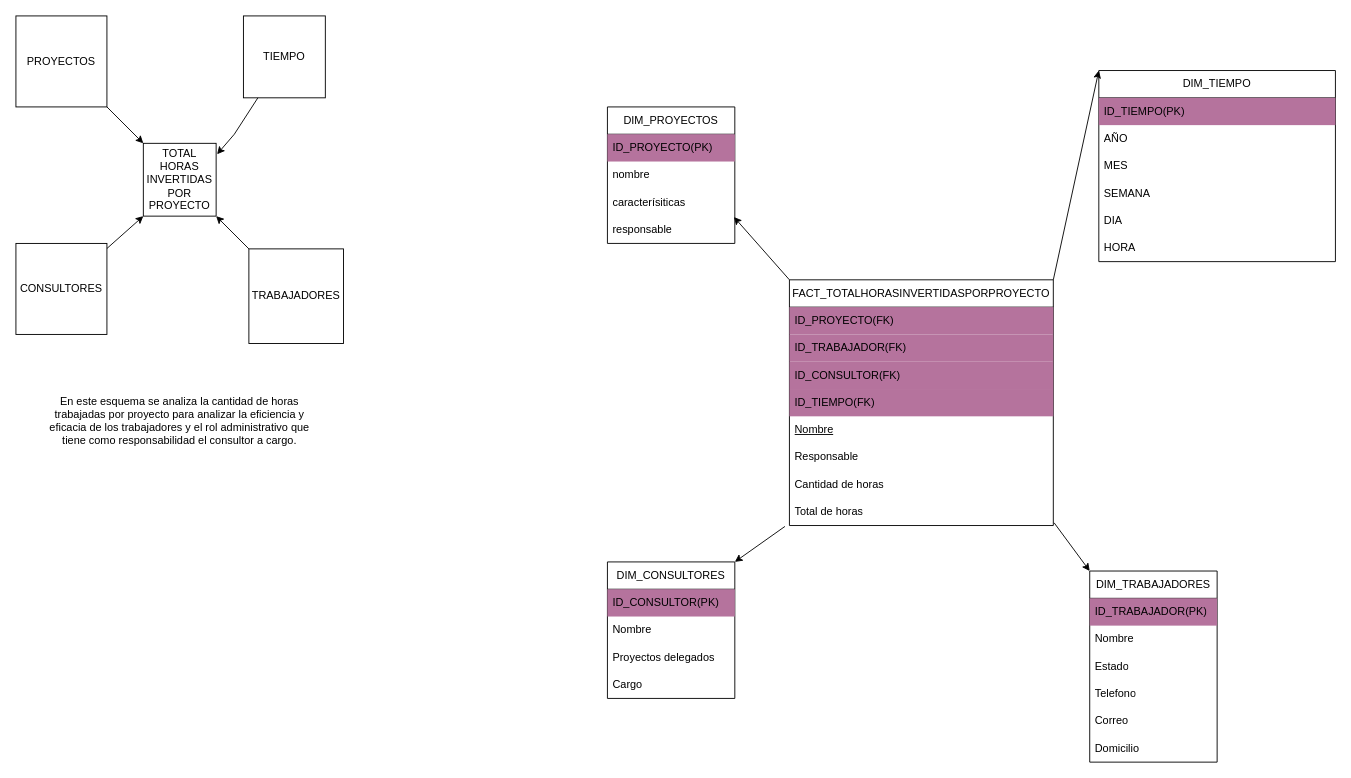
Above: page "Esquema 3" (3 of 3) of bd3_tarea2.drawio in itslourdes/lourdesvaca (draw.io), before the change. Source tidied: cells renumbered, new cells numbered last; positions are measured from the earlier drawing's top-left corner, leaving out a move shared by most shapes. Both pictures are drawn from the tidied source at 91%, with x=0, y=0 at pixel (15, 15).
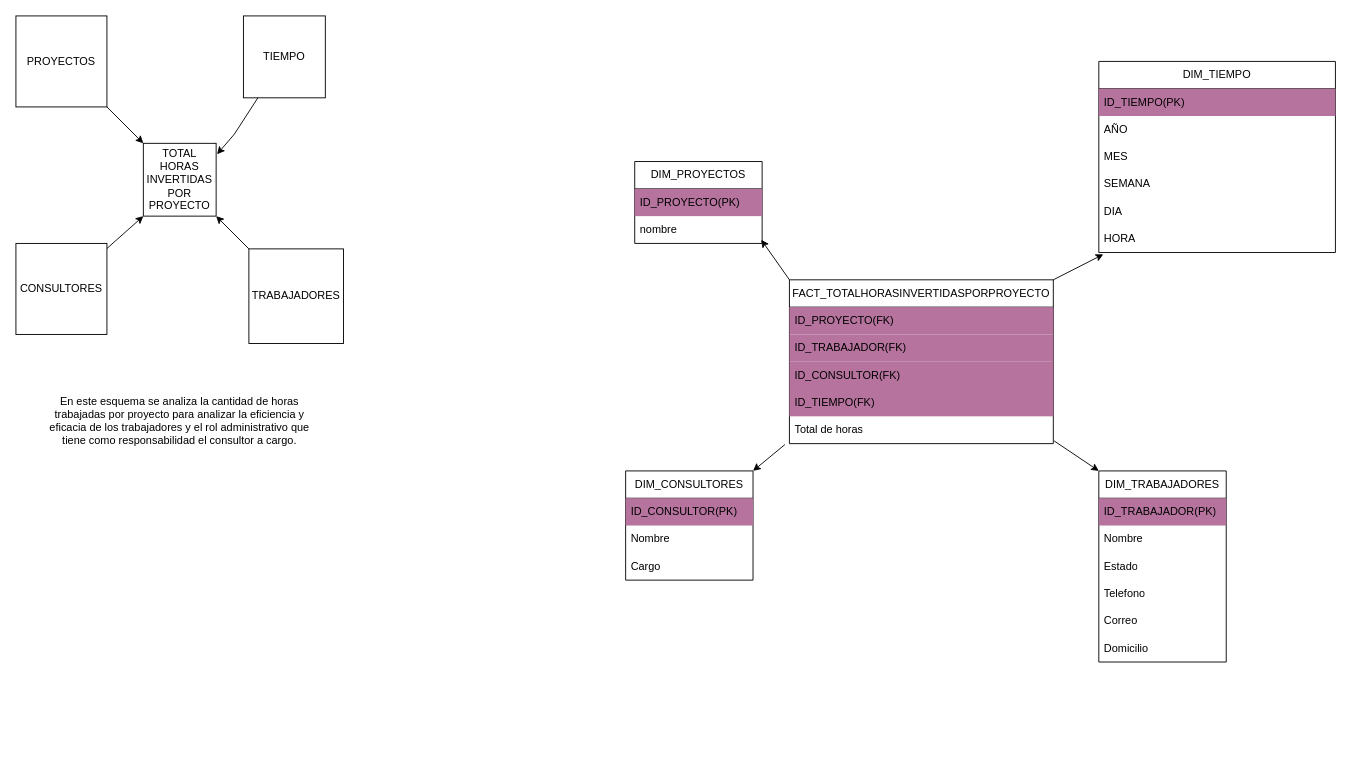
Above is the later version.

The change refers to these unchanged cells:
```xml
<mxCell id="27" value="HORA" style="text;strokeColor=none;fillColor=none;align=left;verticalAlign=middle;spacingLeft=4;spacingRight=4;overflow=hidden;points=[[0,0.5],[1,0.5]];portConstraint=eastwest;whiteSpace=wrap;html=1;" parent="21" vertex="1">
  <mxGeometry y="180" width="260" height="30" as="geometry" />
</mxCell>
<mxCell id="42" value="nombre" style="text;strokeColor=none;fillColor=none;align=left;verticalAlign=middle;spacingLeft=4;spacingRight=4;overflow=hidden;points=[[0,0.5],[1,0.5]];portConstraint=eastwest;whiteSpace=wrap;html=1;" parent="40" vertex="1">
  <mxGeometry y="60" width="140" height="30" as="geometry" />
</mxCell>
```

Diff of the diagram source:
```diff
@@
     <mxCell id="12" value="FACT_TOTALHORASINVERTIDASPORPROYECTO" style="swimlane;fontStyle=0;horizontal=1;startSize=30;whiteSpace=wrap;html=1;" parent="1" vertex="1">
-      <mxGeometry x="850" y="290" width="290" height="270" as="geometry" />
+      <mxGeometry x="850" y="290" width="290" height="180" as="geometry" />
     </mxCell>
@@
-    <mxCell id="17" value="&lt;u&gt;Nombre&lt;/u&gt;" style="text;strokeColor=none;fillColor=none;align=left;verticalAlign=middle;spacingLeft=4;spacingRight=4;overflow=hidden;whiteSpace=wrap;html=1;" parent="12" vertex="1">
-      <mxGeometry y="150" width="290" height="30" as="geometry" />
-    </mxCell>
-    <mxCell id="18" value="Responsable" style="text;strokeColor=none;fillColor=none;align=left;verticalAlign=middle;spacingLeft=4;spacingRight=4;overflow=hidden;whiteSpace=wrap;html=1;" parent="12" vertex="1">
-      <mxGeometry y="180" width="290" height="30" as="geometry" />
-    </mxCell>
-    <mxCell id="19" value="Cantidad de horas" style="text;strokeColor=none;fillColor=none;align=left;verticalAlign=middle;spacingLeft=4;spacingRight=4;overflow=hidden;whiteSpace=wrap;html=1;" parent="12" vertex="1">
-      <mxGeometry y="210" width="290" height="30" as="geometry" />
-    </mxCell>
     <mxCell id="20" value="Total de horas" style="text;strokeColor=none;fillColor=none;align=left;verticalAlign=middle;spacingLeft=4;spacingRight=4;overflow=hidden;points=[[0,0.5],[1,0.5]];portConstraint=eastwest;whiteSpace=wrap;html=1;" parent="12" vertex="1">
-      <mxGeometry y="240" width="290" height="30" as="geometry" />
+      <mxGeometry y="150" width="290" height="30" as="geometry" />
     </mxCell>
     <mxCell id="21" value="DIM_TIEMPO" style="swimlane;fontStyle=0;horizontal=1;startSize=30;whiteSpace=wrap;html=1;" parent="1" vertex="1">
-      <mxGeometry x="1190" y="60" width="260" height="210" as="geometry" />
+      <mxGeometry x="1190" y="50" width="260" height="210" as="geometry" />
     </mxCell>
@@
     <mxCell id="28" value="DIM_CONSULTORES" style="swimlane;fontStyle=0;horizontal=1;startSize=30;whiteSpace=wrap;html=1;" parent="1" vertex="1">
-      <mxGeometry x="650" y="600" width="140" height="150" as="geometry" />
+      <mxGeometry x="670" y="500" width="140" height="120" as="geometry" />
     </mxCell>
@@
-    <mxCell id="31" value="Proyectos delegados" style="text;strokeColor=none;fillColor=none;align=left;verticalAlign=middle;spacingLeft=4;spacingRight=4;overflow=hidden;whiteSpace=wrap;html=1;" parent="28" vertex="1">
-      <mxGeometry y="90" width="140" height="30" as="geometry" />
-    </mxCell>
     <mxCell id="32" value="Cargo" style="text;strokeColor=none;fillColor=none;align=left;verticalAlign=middle;spacingLeft=4;spacingRight=4;overflow=hidden;whiteSpace=wrap;html=1;" parent="28" vertex="1">
-      <mxGeometry y="120" width="140" height="30" as="geometry" />
+      <mxGeometry y="90" width="140" height="30" as="geometry" />
     </mxCell>
     <mxCell id="33" value="DIM_TRABAJADORES" style="swimlane;fontStyle=0;horizontal=1;startSize=30;whiteSpace=wrap;html=1;" parent="1" vertex="1">
-      <mxGeometry x="1180" y="610" width="140" height="210" as="geometry" />
+      <mxGeometry x="1190" y="500" width="140" height="210" as="geometry" />
     </mxCell>
@@
     <mxCell id="40" value="DIM_PROYECTOS" style="swimlane;fontStyle=0;horizontal=1;startSize=30;whiteSpace=wrap;html=1;" parent="1" vertex="1">
-      <mxGeometry x="650" y="100" width="140" height="150" as="geometry" />
+      <mxGeometry x="680" y="160" width="140" height="90" as="geometry" />
     </mxCell>
@@
-    <mxCell id="43" value="caracterísiticas" style="text;strokeColor=none;fillColor=none;align=left;verticalAlign=middle;spacingLeft=4;spacingRight=4;overflow=hidden;points=[[0,0.5],[1,0.5]];portConstraint=eastwest;whiteSpace=wrap;html=1;" parent="40" vertex="1">
-      <mxGeometry y="90" width="140" height="30" as="geometry" />
-    </mxCell>
-    <mxCell id="44" value="responsable" style="text;strokeColor=none;fillColor=none;align=left;verticalAlign=middle;spacingLeft=4;spacingRight=4;overflow=hidden;whiteSpace=wrap;html=1;" parent="40" vertex="1">
-      <mxGeometry y="120" width="140" height="30" as="geometry" />
-    </mxCell>
@@
-    <mxCell id="47" style="rounded=0;jettySize=auto;html=1;entryX=0;entryY=0;entryDx=0;entryDy=0;exitX=1;exitY=0;exitDx=0;exitDy=0;" parent="1" edge="1" source="12" target="21">
+    <mxCell id="47" style="rounded=0;jettySize=auto;html=1;entryX=0.019;entryY=1.067;entryDx=0;entryDy=0;exitX=1;exitY=0;exitDx=0;exitDy=0;entryPerimeter=0;" parent="1" edge="1" source="12" target="27">
       <mxGeometry relative="1" as="geometry" />
     </mxCell>
-    <mxCell id="48" style="rounded=0;jettySize=auto;html=1;entryX=0.993;entryY=1.033;entryDx=0;entryDy=0;exitX=0;exitY=0;exitDx=0;exitDy=0;entryPerimeter=0;" parent="1" edge="1" source="12" target="43">
+    <mxCell id="48" style="rounded=0;jettySize=auto;html=1;exitX=0;exitY=0;exitDx=0;exitDy=0;entryX=0.993;entryY=0.867;entryDx=0;entryDy=0;entryPerimeter=0;" parent="1" edge="1" source="12" target="42">
       <mxGeometry relative="1" as="geometry" />
     </mxCell>
```
